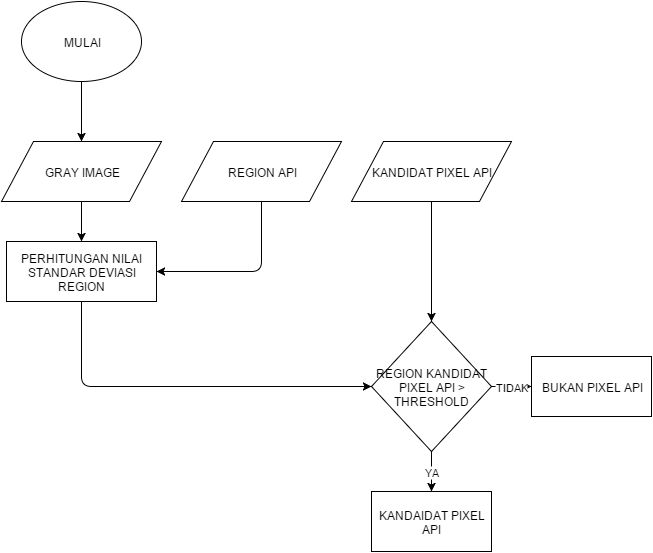
Earlier version of the draw.io export source/variasi warna region.png (hamdimuzakkiy/bukuTA). Source tidied: cells renumbered, new cells last; positions are measured from the earlier drawing's top-left corner, leaving out a move shared by most shapes. Its diagram source:
```xml
<mxGraphModel background="#ffffff">
  <root>
    <mxCell id="0" />
    <mxCell id="1" parent="0" />
    <mxCell id="2" value="MULAI" style="ellipse;whiteSpace=wrap;html=1;" parent="1" vertex="1">
      <mxGeometry x="20" width="120" height="80" as="geometry" />
    </mxCell>
    <mxCell id="3" value="KANDIDAT PIXEL API" style="shape=parallelogram;whiteSpace=wrap;html=1;" parent="1" vertex="1">
      <mxGeometry x="350" y="140" width="160" height="60" as="geometry" />
    </mxCell>
    <mxCell id="4" value="REGION API" style="shape=parallelogram;whiteSpace=wrap;html=1;" parent="1" vertex="1">
      <mxGeometry x="180" y="140" width="160" height="60" as="geometry" />
    </mxCell>
    <mxCell id="5" value="GRAY IMAGE" style="shape=parallelogram;whiteSpace=wrap;html=1;" parent="1" vertex="1">
      <mxGeometry y="140" width="160" height="60" as="geometry" />
    </mxCell>
    <mxCell id="6" style="endArrow=classic;html=1;exitX=0.5;exitY=1;entryX=0.5;entryY=0;" parent="1" edge="1" source="2" target="5">
      <mxGeometry relative="1" as="geometry" />
    </mxCell>
    <mxCell id="7" value="PERHITUNGAN NILAI STANDAR DEVIASI REGION" style="whiteSpace=wrap;html=1;" parent="1" vertex="1">
      <mxGeometry x="5" y="240" width="150" height="60" as="geometry" />
    </mxCell>
    <mxCell id="8" style="endArrow=classic;html=1;exitX=0.5;exitY=1;entryX=0.5;entryY=0;" parent="1" edge="1" source="5" target="7">
      <mxGeometry relative="1" as="geometry" />
    </mxCell>
    <mxCell id="9" style="endArrow=classic;html=1;exitX=0.5;exitY=1;entryX=1;entryY=0.5;" parent="1" edge="1" source="4" target="7">
      <mxGeometry relative="1" as="geometry">
        <Array as="points">
          <mxPoint x="260" y="270" />
        </Array>
      </mxGeometry>
    </mxCell>
    <mxCell id="10" value="REGION KANDIDAT PIXEL API &amp;gt; THRESHOLD" style="rhombus;whiteSpace=wrap;html=1;" parent="1" vertex="1">
      <mxGeometry x="370" y="320" width="120" height="130" as="geometry" />
    </mxCell>
    <mxCell id="11" style="endArrow=classic;html=1;exitX=0.5;exitY=1;entryX=0;entryY=0.5;" parent="1" edge="1" source="7" target="10">
      <mxGeometry relative="1" as="geometry">
        <Array as="points">
          <mxPoint x="80" y="385" />
        </Array>
      </mxGeometry>
    </mxCell>
    <mxCell id="12" style="endArrow=classic;html=1;exitX=0.5;exitY=1;entryX=0.5;entryY=0;" parent="1" edge="1" source="3" target="10">
      <mxGeometry relative="1" as="geometry" />
    </mxCell>
    <mxCell id="13" style="edgeStyle=orthogonalEdgeStyle;rounded=0;html=1;exitX=1;exitY=0.5;entryX=1;entryY=0.5;" parent="1" edge="1" source="14" target="14">
      <mxGeometry relative="1" as="geometry" />
    </mxCell>
    <mxCell id="14" value="KANDAIDAT PIXEL API" style="whiteSpace=wrap;html=1;" parent="1" vertex="1">
      <mxGeometry x="370" y="490" width="120" height="60" as="geometry" />
    </mxCell>
    <mxCell id="15" value="YA" style="endArrow=classic;html=1;exitX=0.5;exitY=1;entryX=0.5;entryY=0;" parent="1" edge="1" source="10" target="14">
      <mxGeometry relative="1" as="geometry" />
    </mxCell>
    <mxCell id="16" value="BUKAN PIXEL API" style="whiteSpace=wrap;html=1;" parent="1" vertex="1">
      <mxGeometry x="530" y="355" width="120" height="60" as="geometry" />
    </mxCell>
    <mxCell id="17" value="TIDAK" style="endArrow=classic;html=1;exitX=1;exitY=0.5;entryX=0;entryY=0.5;" parent="1" edge="1" source="10" target="16">
      <mxGeometry relative="1" as="geometry" />
    </mxCell>
  </root>
</mxGraphModel>
```
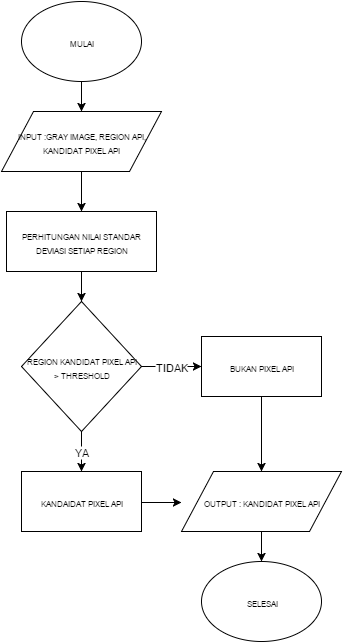
Later version of the same file.

Diff of the diagram source:
```diff
@@ -2,61 +2,59 @@
   <root>
     <mxCell id="0" />
     <mxCell id="1" parent="0" />
-    <mxCell id="2" value="MULAI" style="ellipse;whiteSpace=wrap;html=1;" parent="1" vertex="1">
-      <mxGeometry x="20" width="120" height="80" as="geometry" />
+    <mxCell id="2" value="&lt;font style=&quot;font-size: 8px&quot;&gt;MULAI&lt;/font&gt;" style="ellipse;whiteSpace=wrap;html=1;" parent="1" vertex="1">
+      <mxGeometry x="20" y="30" width="120" height="80" as="geometry" />
     </mxCell>
-    <mxCell id="3" value="KANDIDAT PIXEL API" style="shape=parallelogram;whiteSpace=wrap;html=1;" parent="1" vertex="1">
-      <mxGeometry x="350" y="140" width="160" height="60" as="geometry" />
-    </mxCell>
-    <mxCell id="4" value="REGION API" style="shape=parallelogram;whiteSpace=wrap;html=1;" parent="1" vertex="1">
-      <mxGeometry x="180" y="140" width="160" height="60" as="geometry" />
-    </mxCell>
-    <mxCell id="5" value="GRAY IMAGE" style="shape=parallelogram;whiteSpace=wrap;html=1;" parent="1" vertex="1">
+    <mxCell id="5" value="&lt;font style=&quot;font-size: 8px&quot;&gt;INPUT :GRAY IMAGE, REGION API, KANDIDAT PIXEL API&lt;/font&gt;" style="shape=parallelogram;whiteSpace=wrap;html=1;" parent="1" vertex="1">
       <mxGeometry y="140" width="160" height="60" as="geometry" />
     </mxCell>
     <mxCell id="6" style="endArrow=classic;html=1;exitX=0.5;exitY=1;entryX=0.5;entryY=0;" parent="1" edge="1" source="2" target="5">
       <mxGeometry relative="1" as="geometry" />
     </mxCell>
-    <mxCell id="7" value="PERHITUNGAN NILAI STANDAR DEVIASI REGION" style="whiteSpace=wrap;html=1;" parent="1" vertex="1">
+    <mxCell id="7" value="&lt;font style=&quot;font-size: 8px&quot;&gt;PERHITUNGAN NILAI STANDAR DEVIASI SETIAP REGION&lt;/font&gt;" style="whiteSpace=wrap;html=1;" parent="1" vertex="1">
       <mxGeometry x="5" y="240" width="150" height="60" as="geometry" />
     </mxCell>
     <mxCell id="8" style="endArrow=classic;html=1;exitX=0.5;exitY=1;entryX=0.5;entryY=0;" parent="1" edge="1" source="5" target="7">
       <mxGeometry relative="1" as="geometry" />
     </mxCell>
-    <mxCell id="9" style="endArrow=classic;html=1;exitX=0.5;exitY=1;entryX=1;entryY=0.5;" parent="1" edge="1" source="4" target="7">
-      <mxGeometry relative="1" as="geometry">
-        <Array as="points">
-          <mxPoint x="260" y="270" />
-        </Array>
-      </mxGeometry>
-    </mxCell>
-    <mxCell id="10" value="REGION KANDIDAT PIXEL API &amp;gt; THRESHOLD" style="rhombus;whiteSpace=wrap;html=1;" parent="1" vertex="1">
-      <mxGeometry x="370" y="320" width="120" height="130" as="geometry" />
+    <mxCell id="10" value="&lt;font style=&quot;font-size: 8px&quot;&gt;REGION KANDIDAT PIXEL API &amp;gt; THRESHOLD&lt;/font&gt;" style="rhombus;whiteSpace=wrap;html=1;" parent="1" vertex="1">
+      <mxGeometry x="20" y="330" width="120" height="130" as="geometry" />
     </mxCell>
-    <mxCell id="11" style="endArrow=classic;html=1;exitX=0.5;exitY=1;entryX=0;entryY=0.5;" parent="1" edge="1" source="7" target="10">
-      <mxGeometry relative="1" as="geometry">
-        <Array as="points">
-          <mxPoint x="80" y="385" />
-        </Array>
-      </mxGeometry>
-    </mxCell>
-    <mxCell id="12" style="endArrow=classic;html=1;exitX=0.5;exitY=1;entryX=0.5;entryY=0;" parent="1" edge="1" source="3" target="10">
-      <mxGeometry relative="1" as="geometry" />
-    </mxCell>
-    <mxCell id="13" style="edgeStyle=orthogonalEdgeStyle;rounded=0;html=1;exitX=1;exitY=0.5;entryX=1;entryY=0.5;" parent="1" edge="1" source="14" target="14">
-      <mxGeometry relative="1" as="geometry" />
-    </mxCell>
-    <mxCell id="14" value="KANDAIDAT PIXEL API" style="whiteSpace=wrap;html=1;" parent="1" vertex="1">
-      <mxGeometry x="370" y="490" width="120" height="60" as="geometry" />
+    <mxCell id="14" value="&lt;font style=&quot;font-size: 8px&quot;&gt;KANDAIDAT PIXEL API&lt;/font&gt;" style="whiteSpace=wrap;html=1;" parent="1" vertex="1">
+      <mxGeometry x="20" y="500" width="120" height="60" as="geometry" />
     </mxCell>
     <mxCell id="15" value="YA" style="endArrow=classic;html=1;exitX=0.5;exitY=1;entryX=0.5;entryY=0;" parent="1" edge="1" source="10" target="14">
       <mxGeometry relative="1" as="geometry" />
     </mxCell>
+    <mxCell id="13" style="edgeStyle=orthogonalEdgeStyle;rounded=0;html=1;exitX=1;exitY=0.5;entryX=1;entryY=0.5;" parent="1" edge="1" source="14" target="14">
+      <mxGeometry relative="1" as="geometry" />
+    </mxCell>
-    <mxCell id="16" value="BUKAN PIXEL API" style="whiteSpace=wrap;html=1;" parent="1" vertex="1">
-      <mxGeometry x="530" y="355" width="120" height="60" as="geometry" />
+    <mxCell id="16" value="&lt;font style=&quot;font-size: 8px&quot;&gt;BUKAN PIXEL API&lt;/font&gt;" style="whiteSpace=wrap;html=1;" parent="1" vertex="1">
+      <mxGeometry x="200" y="365" width="120" height="60" as="geometry" />
     </mxCell>
     <mxCell id="17" value="TIDAK" style="endArrow=classic;html=1;exitX=1;exitY=0.5;entryX=0;entryY=0.5;" parent="1" edge="1" source="10" target="16">
       <mxGeometry relative="1" as="geometry" />
     </mxCell>
+    <mxCell id="11" style="endArrow=classic;html=1;entryX=0.5;entryY=0;exitX=0.5;exitY=1;" parent="1" edge="1" source="7" target="10">
+      <mxGeometry relative="1" as="geometry" />
+    </mxCell>
+    <mxCell id="18" value="&lt;font style=&quot;font-size: 8px&quot;&gt;SELESAI&lt;/font&gt;" style="ellipse;whiteSpace=wrap;html=1;" parent="1" vertex="1">
+      <mxGeometry x="200" y="590" width="120" height="80" as="geometry" />
+    </mxCell>
+    <mxCell id="19" style="endArrow=classic;html=1;exitX=1;exitY=0.5;" parent="1" edge="1">
+      <mxGeometry relative="1" as="geometry">
+        <mxPoint x="140" y="531" as="sourcePoint" />
+        <mxPoint x="180" y="531" as="targetPoint" />
+      </mxGeometry>
+    </mxCell>
+    <mxCell id="20" value="&lt;font style=&quot;font-size: 8px&quot;&gt;OUTPUT : KANDIDAT PIXEL API&lt;/font&gt;" style="shape=parallelogram;whiteSpace=wrap;html=1;" parent="1" vertex="1">
+      <mxGeometry x="180" y="500" width="160" height="60" as="geometry" />
+    </mxCell>
+    <mxCell id="21" style="endArrow=classic;html=1;exitX=0.5;exitY=1;" parent="1" edge="1" source="16" target="20">
+      <mxGeometry relative="1" as="geometry" />
+    </mxCell>
+    <mxCell id="22" style="endArrow=classic;html=1;exitX=0.5;exitY=1;entryX=0.5;entryY=0;" parent="1" edge="1" source="20" target="18">
+      <mxGeometry relative="1" as="geometry" />
+    </mxCell>
   </root>
 </mxGraphModel>
```
